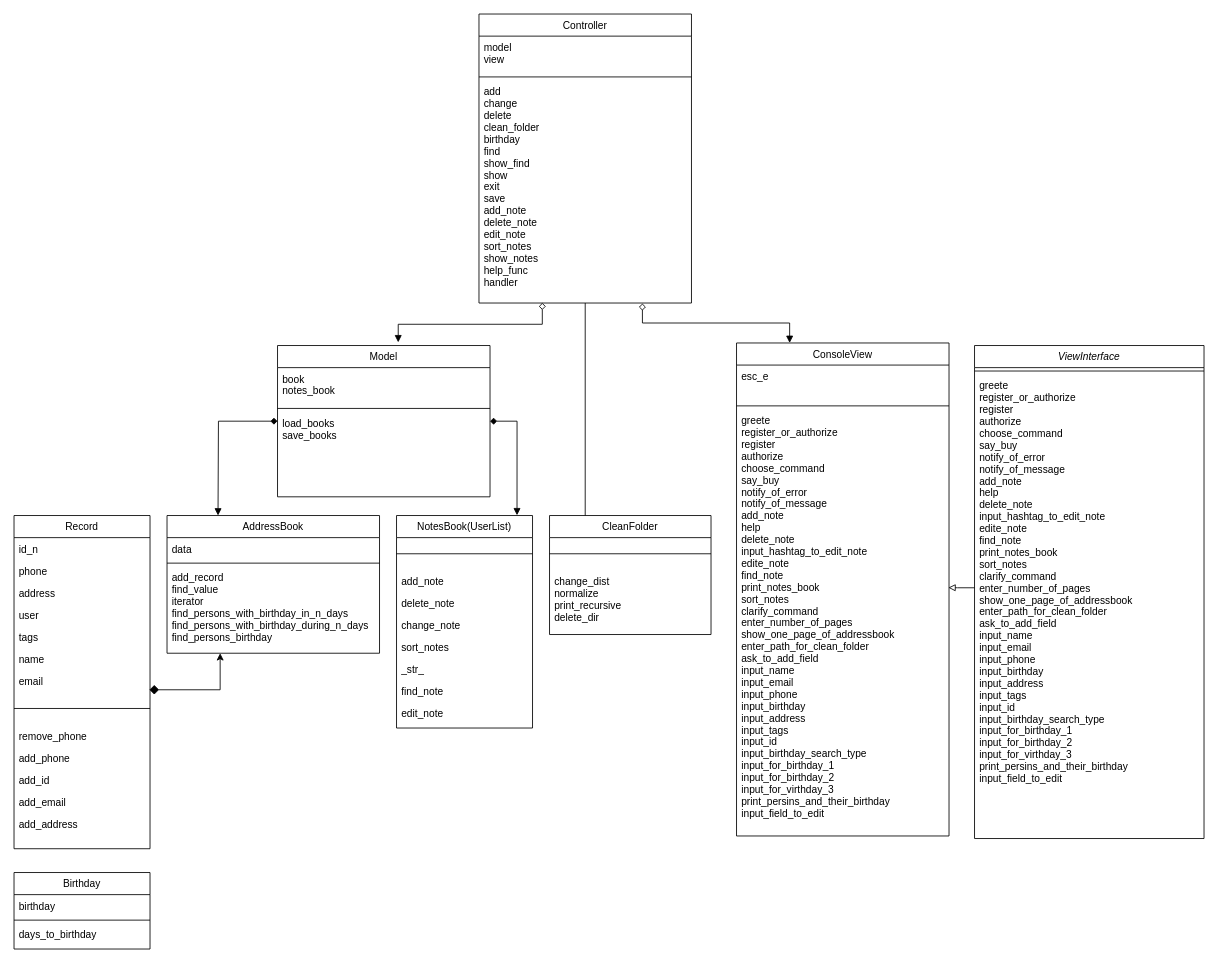
Earlier version of the draw.io diagram Current Classes Diagram.drawio (anna-khodyka/Helper-project). Source tidied: cells renumbered, new cells numbered last; positions are measured from the earlier drawing's top-left corner, leaving out a move shared by most shapes. Both pictures are drawn from the tidied source at 85%, with x=0, y=0 at pixel (14, 14).
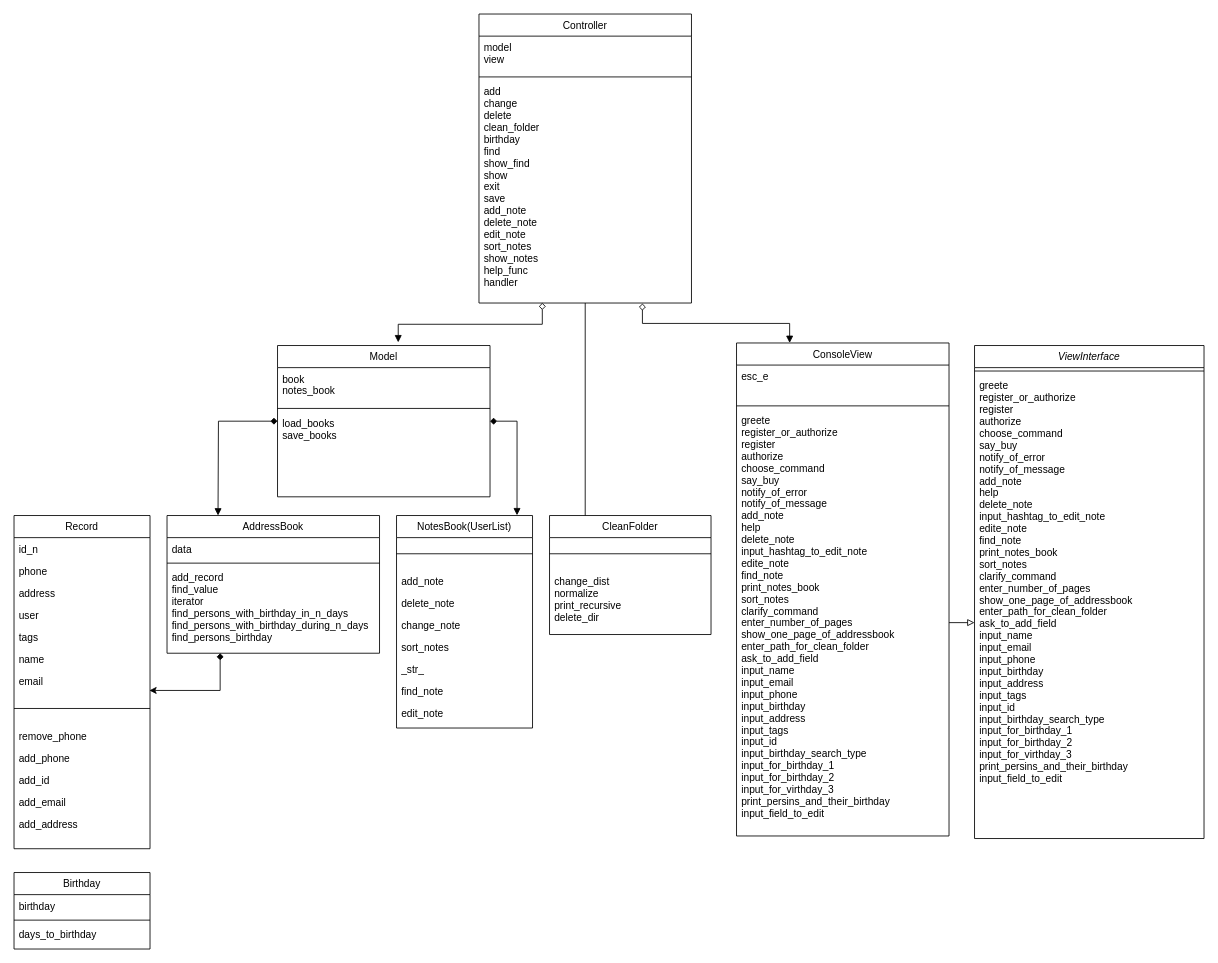
After the change.

Commit message:
fixing the arrows directions

Unchanged cells that the change refers to:
```xml
<mxCell id="9" value="email" style="text;align=left;verticalAlign=top;spacingLeft=4;spacingRight=4;overflow=hidden;points=[[0,0.5],[1,0.5]];portConstraint=eastwest;rounded=0;shadow=0;html=0;" parent="2" vertex="1">
  <mxGeometry y="182" width="160" height="26" as="geometry" />
</mxCell>
<mxCell id="16" value="AddressBook" style="swimlane;fontStyle=0;align=center;verticalAlign=top;horizontal=1;startSize=26;rounded=0;shadow=0;strokeWidth=1;" parent="1" vertex="1">
  <mxGeometry x="180" y="590" width="250" height="162" as="geometry" />
</mxCell>
<mxCell id="44" value="ConsoleView" style="swimlane;fontStyle=0;align=center;verticalAlign=top;horizontal=1;startSize=26;rounded=0;shadow=0;strokeWidth=1;" parent="1" vertex="1">
  <mxGeometry x="850" y="387" width="250" height="580" as="geometry" />
</mxCell>
<mxCell id="47" value="greete&#10;register_or_authorize&#10;register&#10;authorize&#10;choose_command&#10;say_buy&#10;notify_of_error&#10;notify_of_message&#10;add_note&#10;help&#10;delete_note&#10;input_hashtag_to_edit_note&#10;edite_note&#10;find_note&#10;print_notes_book&#10;sort_notes&#10;clarify_command&#10;enter_number_of_pages&#10;show_one_page_of_addressbook&#10;enter_path_for_clean_folder&#10;ask_to_add_field&#10;input_name&#10;input_email&#10;input_phone&#10;input_birthday&#10;input_address&#10;input_tags&#10;input_id&#10;input_birthday_search_type&#10;input_for_birthday_1&#10;input_for_birthday_2&#10;input_for_virthday_3&#10;print_persins_and_their_birthday&#10;input_field_to_edit&#10;" style="text;align=left;verticalAlign=top;spacingLeft=4;spacingRight=4;overflow=hidden;points=[[0,0.5],[1,0.5]];portConstraint=eastwest;" parent="44" vertex="1">
  <mxGeometry y="78" width="250" height="502" as="geometry" />
</mxCell>
<mxCell id="50" value="greete&#10;register_or_authorize&#10;register&#10;authorize&#10;choose_command&#10;say_buy&#10;notify_of_error&#10;notify_of_message&#10;add_note&#10;help&#10;delete_note&#10;input_hashtag_to_edit_note&#10;edite_note&#10;find_note&#10;print_notes_book&#10;sort_notes&#10;clarify_command&#10;enter_number_of_pages&#10;show_one_page_of_addressbook&#10;enter_path_for_clean_folder&#10;ask_to_add_field&#10;input_name&#10;input_email&#10;input_phone&#10;input_birthday&#10;input_address&#10;input_tags&#10;input_id&#10;input_birthday_search_type&#10;input_for_birthday_1&#10;input_for_birthday_2&#10;input_for_virthday_3&#10;print_persins_and_their_birthday&#10;input_field_to_edit&#10;" style="text;align=left;verticalAlign=top;spacingLeft=4;spacingRight=4;overflow=hidden;points=[[0,0.5],[1,0.5]];portConstraint=eastwest;" parent="48" vertex="1">
  <mxGeometry y="34" width="270" height="502" as="geometry" />
</mxCell>
<mxCell id="58" value="add&#10;change&#10;delete&#10;clean_folder&#10;birthday&#10;find&#10;show_find&#10;show&#10;exit&#10;save&#10;add_note&#10;delete_note&#10;edit_note&#10;sort_notes&#10;show_notes&#10;help_func&#10;handler" style="text;align=left;verticalAlign=top;spacingLeft=4;spacingRight=4;overflow=hidden;points=[[0,0.5],[1,0.5]];portConstraint=eastwest;" parent="55" vertex="1">
  <mxGeometry y="78" width="250" height="262" as="geometry" />
</mxCell>
```

Diff of the diagram source:
```diff
@@
+    <mxCell id="59" style="edgeStyle=orthogonalEdgeStyle;rounded=0;jettySize=auto;html=1;endArrow=block;endFill=0;" parent="1" edge="1" source="47" target="50">
+      <mxGeometry relative="1" as="geometry">
+        <Array as="points">
+          <mxPoint x="1130" y="716" />
+          <mxPoint x="1130" y="716" />
+        </Array>
+      </mxGeometry>
+    </mxCell>
@@
-    <mxCell id="33" style="edgeStyle=orthogonalEdgeStyle;rounded=0;jettySize=auto;html=1;entryX=0.25;entryY=1;entryDx=0;entryDy=0;" parent="1" edge="1" source="34" target="16">
+    <mxCell id="33" style="edgeStyle=orthogonalEdgeStyle;rounded=0;jettySize=auto;html=1;entryX=0.25;entryY=1;entryDx=0;entryDy=0;endArrow=diamond;endFill=1;exitX=0.995;exitY=0.915;exitDx=0;exitDy=0;exitPerimeter=0;startArrow=classic;startFill=1;" parent="1" edge="1" source="9" target="16">
       <mxGeometry relative="1" as="geometry" />
     </mxCell>
-    <mxCell id="34" style="rhombus;whiteSpace=wrap;html=1;fillColor=#000000;" parent="1" vertex="1">
-      <mxGeometry x="160" y="790" width="10" height="10" as="geometry" />
-    </mxCell>
@@
-    <mxCell id="51" style="edgeStyle=orthogonalEdgeStyle;rounded=0;jettySize=auto;html=1;entryX=0.997;entryY=0.418;entryDx=0;entryDy=0;entryPerimeter=0;endArrow=block;endFill=0;" parent="1" edge="1" source="50" target="47">
-      <mxGeometry relative="1" as="geometry" />
-    </mxCell>
@@
     <mxCell id="54" style="edgeStyle=orthogonalEdgeStyle;rounded=0;jettySize=auto;html=1;entryX=0.25;entryY=0;entryDx=0;entryDy=0;startArrow=diamond;startFill=0;endArrow=block;endFill=1;exitX=0.769;exitY=1.002;exitDx=0;exitDy=0;exitPerimeter=0;" parent="1" edge="1" source="58" target="44">
-      <mxGeometry relative="1" as="geometry" />
+      <mxGeometry relative="1" as="geometry">
+        <Array as="points">
+          <mxPoint x="739" y="364" />
+          <mxPoint x="913" y="364" />
+        </Array>
+      </mxGeometry>
     </mxCell>
```
